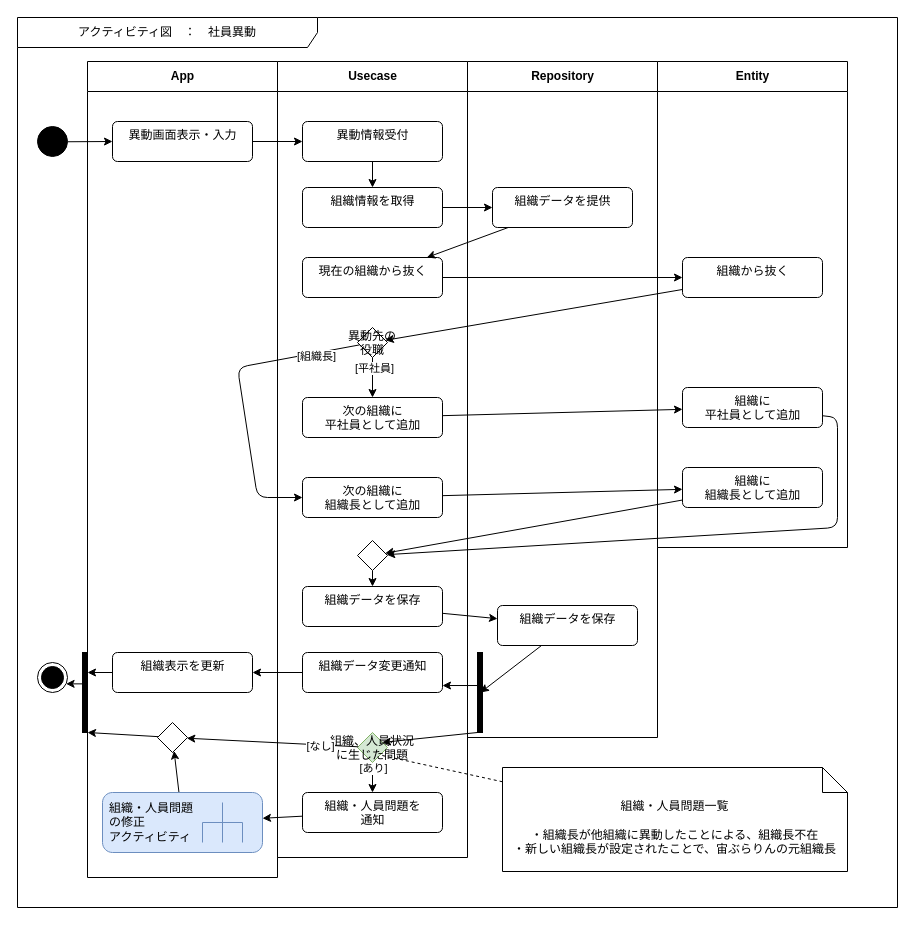
Before: page "社員異動" (3 of 7) of Designs/アクティビティ/アクティビティ図.drawio in bosssanovar/LightMvvmSample, a draw.io diagram. Source tidied: cells renumbered, new cells numbered last; positions are measured from the earlier drawing's top-left corner, leaving out a move shared by most shapes. Both pictures are drawn from the tidied source at 100%, with x=0, y=0 at pixel (17, 17).
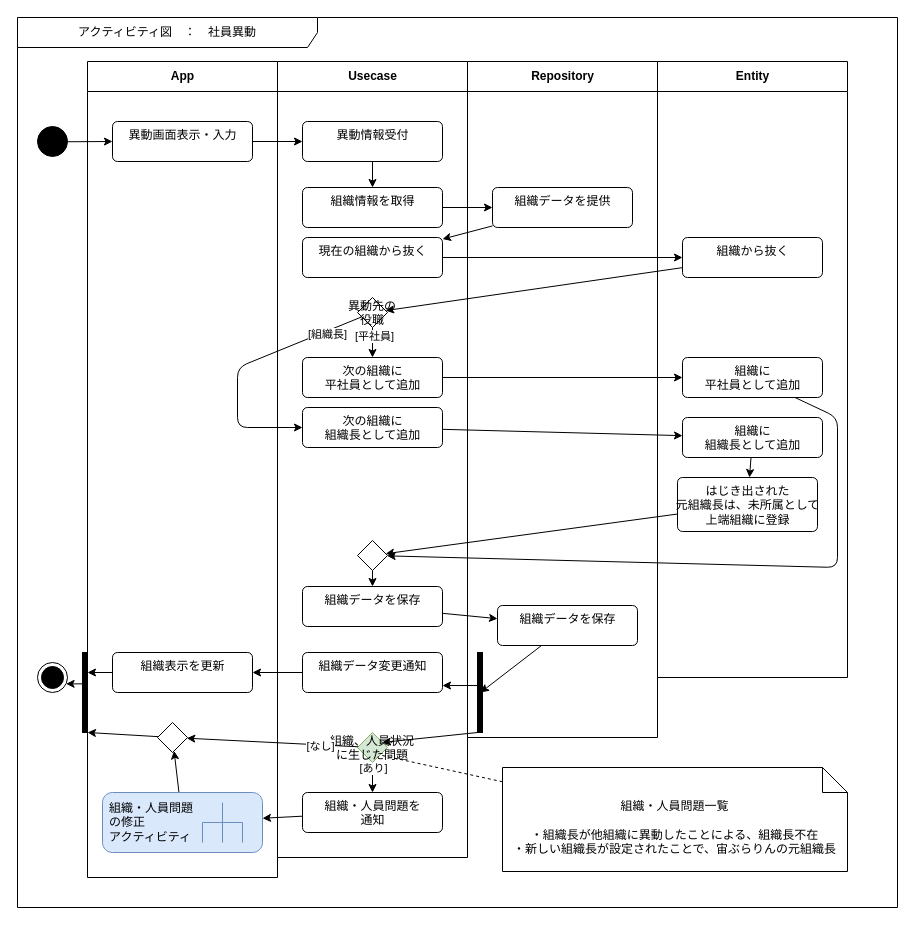
The same diagram, later.

Unchanged cells that the change refers to:
```xml
<mxCell id="21" value="Usecase" style="swimlane;fontStyle=1;align=center;horizontal=1;startSize=30;html=1;swimlaneFillColor=#FFFFFF;" parent="1" vertex="1">
  <mxGeometry x="260" y="44" width="190" height="796" as="geometry" />
</mxCell>
<mxCell id="35" style="rhombus;" parent="21" vertex="1">
  <mxGeometry x="80" y="479" width="30" height="30" as="geometry" />
</mxCell>
```

What changed in the source:
```diff
@@
     <mxCell id="8" value="Entity" style="swimlane;fontStyle=1;align=center;horizontal=1;startSize=30;html=1;swimlaneFillColor=#FFFFFF;" parent="1" vertex="1">
-      <mxGeometry x="640" y="44" width="190" height="486" as="geometry" />
+      <mxGeometry x="640" y="44" width="190" height="616" as="geometry" />
     </mxCell>
     <mxCell id="9" value="組織から抜く" style="html=1;align=center;verticalAlign=top;rounded=1;absoluteArcSize=1;arcSize=10;dashed=0;" parent="8" vertex="1">
-      <mxGeometry x="25" y="196" width="140" height="40" as="geometry" />
+      <mxGeometry x="25" y="176" width="140" height="40" as="geometry" />
     </mxCell>
     <mxCell id="10" value="組織に&lt;br&gt;平社員として追加" style="html=1;align=center;verticalAlign=top;rounded=1;absoluteArcSize=1;arcSize=10;dashed=0;" parent="8" vertex="1">
-      <mxGeometry x="25" y="326" width="140" height="40" as="geometry" />
+      <mxGeometry x="25" y="296" width="140" height="40" as="geometry" />
     </mxCell>
     <mxCell id="11" value="組織に&lt;br&gt;組織長として追加" style="html=1;align=center;verticalAlign=top;rounded=1;absoluteArcSize=1;arcSize=10;dashed=0;" parent="8" vertex="1">
-      <mxGeometry x="25" y="406" width="140" height="40" as="geometry" />
+      <mxGeometry x="25" y="356" width="140" height="40" as="geometry" />
     </mxCell>
+    <mxCell id="63" value="はじき出された&lt;br&gt;元組織長は、未所属として&lt;br&gt;上端組織に登録" style="html=1;align=center;verticalAlign=top;rounded=1;absoluteArcSize=1;arcSize=10;dashed=0;" parent="8" vertex="1">
+      <mxGeometry x="20" y="416" width="140" height="54" as="geometry" />
+    </mxCell>
+    <mxCell id="62" style="edgeStyle=none;html=1;endArrow=classic;endFill=1;" parent="8" edge="1" source="11" target="63">
+      <mxGeometry relative="1" as="geometry" />
+    </mxCell>
@@
     <mxCell id="24" value="現在の組織から抜く" style="html=1;align=center;verticalAlign=top;rounded=1;absoluteArcSize=1;arcSize=10;dashed=0;" parent="21" vertex="1">
-      <mxGeometry x="25" y="196" width="140" height="40" as="geometry" />
+      <mxGeometry x="25" y="176" width="140" height="40" as="geometry" />
     </mxCell>
@@
     <mxCell id="26" value="次の組織に&lt;br&gt;平社員として追加" style="html=1;align=center;verticalAlign=top;rounded=1;absoluteArcSize=1;arcSize=10;dashed=0;" parent="21" vertex="1">
-      <mxGeometry x="25" y="336" width="140" height="40" as="geometry" />
+      <mxGeometry x="25" y="296" width="140" height="40" as="geometry" />
     </mxCell>
@@
     <mxCell id="31" style="edgeStyle=none;html=1;endArrow=classic;endFill=1;" parent="21" edge="1" source="33" target="40">
       <mxGeometry relative="1" as="geometry">
         <Array as="points">
           <mxPoint x="-40" y="306" />
-          <mxPoint x="-20" y="436" />
+          <mxPoint x="-40" y="366" />
         </Array>
       </mxGeometry>
     </mxCell>
@@
     <mxCell id="33" value="異動先の&#10;役職" style="rhombus;" parent="21" vertex="1">
-      <mxGeometry x="80" y="266" width="30" height="30" as="geometry" />
+      <mxGeometry x="80" y="236" width="30" height="30" as="geometry" />
     </mxCell>
@@
     <mxCell id="40" value="次の組織に&lt;br&gt;組織長として追加" style="html=1;align=center;verticalAlign=top;rounded=1;absoluteArcSize=1;arcSize=10;dashed=0;" parent="21" vertex="1">
-      <mxGeometry x="25" y="416" width="140" height="40" as="geometry" />
+      <mxGeometry x="25" y="346" width="140" height="40" as="geometry" />
     </mxCell>
@@
     <mxCell id="48" style="edgeStyle=none;html=1;" parent="1" edge="1" source="10" target="35">
       <mxGeometry relative="1" as="geometry">
         <Array as="points">
           <mxPoint x="820" y="400" />
-          <mxPoint x="820" y="510" />
+          <mxPoint x="820" y="550" />
         </Array>
       </mxGeometry>
     </mxCell>
@@
-    <mxCell id="62" style="edgeStyle=none;html=1;endArrow=classic;endFill=1;" parent="1" edge="1" source="11" target="35">
-      <mxGeometry relative="1" as="geometry" />
-    </mxCell>
+    <mxCell id="64" style="edgeStyle=none;html=1;" parent="1" edge="1" source="63" target="35">
+      <mxGeometry relative="1" as="geometry" />
+    </mxCell>
```
